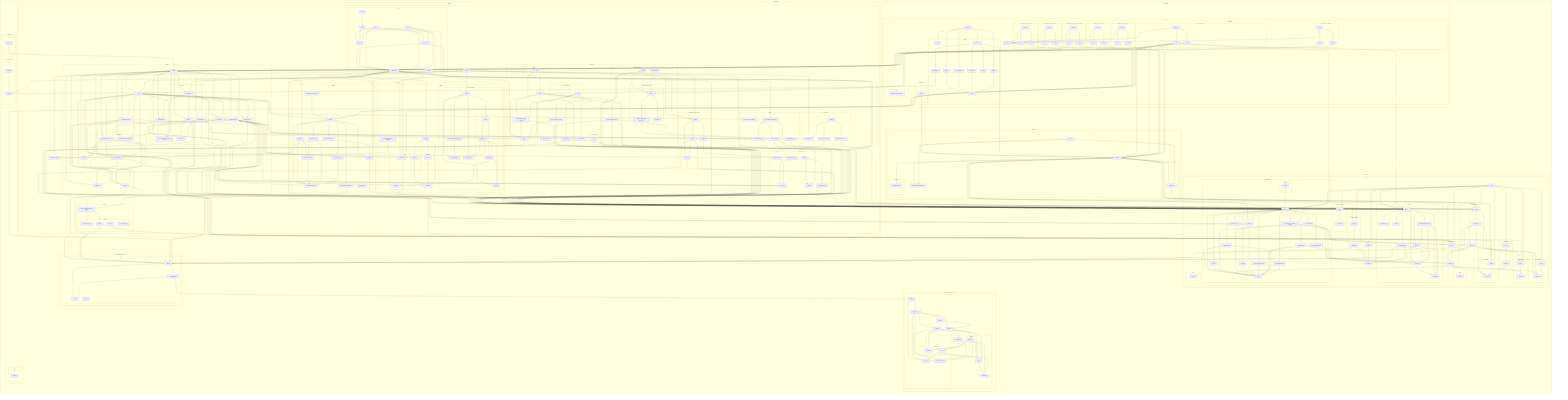
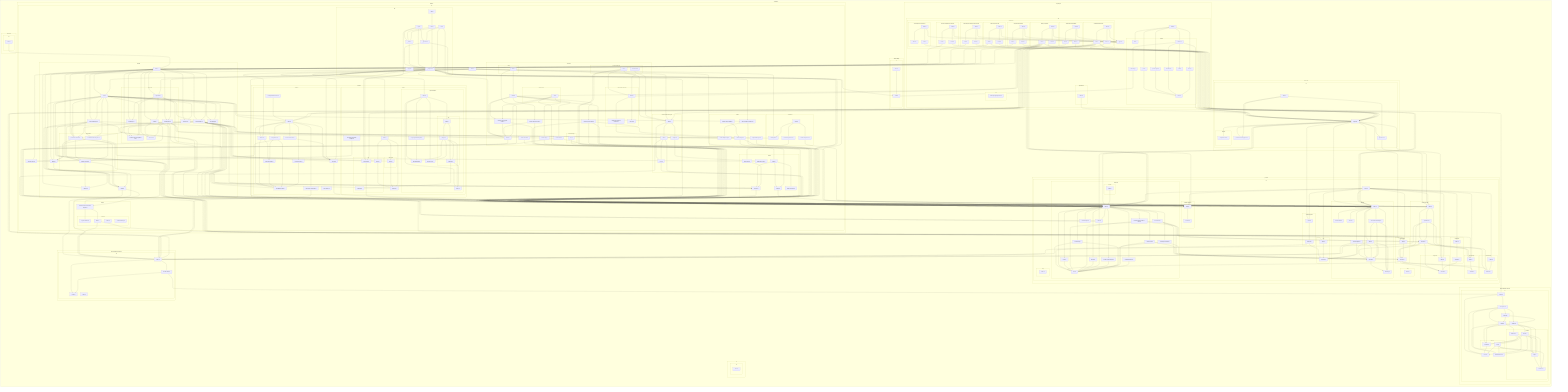
flowchart LR

subgraph 0["packages"]
subgraph 1["cli"]
subgraph 2["src"]
3["index.ts"]
end
end
subgraph 4["client-sdk"]
subgraph 5["src"]
6["firegrid.ts"]
subgraph 7["internal"]
8["projection-wait.ts"]
end
9["operations.ts"]
U["permission-auto-approve.ts"]
26["index.ts"]
end
end
subgraph A["protocol"]
subgraph B["src"]
subgraph C["session-facade"]
D["index.ts"]
H["operations.ts"]
Q["schema.ts"]
end
subgraph E["agent-output"]
F["index.ts"]
G["schema.ts"]
end
subgraph I["agent-tools"]
J["schema.ts"]
V["index.ts"]
end
subgraph K["channels"]
L["core.ts"]
W["index.ts"]
X["event.ts"]
Y["host-control.ts"]
Z["host-sessions-create-or-load.ts"]
10["human.ts"]
11["router.ts"]
12["session-agent-output.ts"]
13["session-log.ts"]
1Q["session-permission.ts"]
1R["session-self.ts"]
1S["state-changes.ts"]
1T["verified-webhook.ts"]
subgraph 47["human"]
48["index.ts"]
end
end
subgraph M["observations"]
N["schema.ts"]
4A["index.ts"]
end
subgraph O["projection"]
P["schema.ts"]
22["index.ts"]
end
subgraph R["launch"]
S["schema.ts"]
T["authority.ts"]
1U["index.ts"]
1V["control-request.ts"]
1Y["host-context-authority.ts"]
1Z["table.ts"]
20["runtime-start.ts"]
21["views.ts"]
end
subgraph 1W["otel"]
1X["row-otel.ts"]
2P["index.ts"]
end
subgraph 23["runtime-ingress"]
24["index.ts"]
25["schema.ts"]
end
subgraph 45["acp"]
46["index.ts"]
end
49["index.ts"]
subgraph 4B["operations"]
4C["index.ts"]
4D["schema.ts"]
end
subgraph 4E["verified-webhook"]
4F["index.ts"]
4G["schema.ts"]
end
subgraph 4H["mcp"]
4I["index.ts"]
end
end
end
subgraph 14["effect-durable-operators"]
subgraph 15["src"]
16["index.ts"]
17["DurableTable.ts"]
18["Errors.ts"]
27["react.ts"]
end
end
subgraph 19["effect-durable-streams"]
subgraph 1A["src"]
1B["index.ts"]
1C["errors.ts"]
1D["namespace.ts"]
1E["Bound.ts"]
1F["Reader.ts"]
subgraph 1G["internal"]
1H["schema.ts"]
1N["sse.ts"]
end
subgraph 1I["protocol"]
1J["Http.ts"]
1K["constants.ts"]
1L["Read.ts"]
1P["Producer.ts"]
end
1M["DurableStream.ts"]
1O["Writer.ts"]
end
end
subgraph 28["host-sdk"]
subgraph 29["src"]
2A["index.ts"]
end
end
subgraph 2B["runtime"]
subgraph 2C["src"]
subgraph 2D["unified"]
2E["index.ts"]
2F["adapter.ts"]
2G["channel-bindings.ts"]
2J["signal.ts"]
subgraph 2Q["subscribers"]
2R["permission-and-tool.ts"]
2T["runtime-context.ts"]
3R["scheduled-webhook-peer.ts"]
end
2S["tables.ts"]
2U["codec-adapter.ts"]
subgraph 37["mcp-host"]
38["runtime-context-mcp-base-url.ts"]
3T["mcp-host.ts"]
3U["toolkit-layer.ts"]
3V["toolkit.ts"]
3W["tool-error.ts"]
3X["tool-dispatch.ts"]
end
39["host-identity.ts"]
3A["host.ts"]
3M["observers.ts"]
end
subgraph 2H["events"]
2I["contract.ts"]
3O["index.ts"]
3P["output.ts"]
3Q["stage-contracts.ts"]
3S["webhook-crypto.ts"]
5K["agent-input.ts"]
end
subgraph 2K["engine"]
2L["durable-streams-workflow-engine.ts"]
subgraph 2M["internal"]
2N["engine-runtime.ts"]
2O["table.ts"]
5I["codec.ts"]
5J["contract-activity.ts"]
end
end
subgraph 2V["sources"]
subgraph 2W["codecs"]
subgraph 2X["acp"]
2Y["index.ts"]
4M["stdio-edge.ts"]
5V["mapping.ts"]
end
2Z["contract.ts"]
subgraph 30["stdio-jsonl"]
31["index.ts"]
end
subgraph 5M["agent-adapters"]
5N["index.ts"]
subgraph 5O["acp"]
5P["index.ts"]
5Q["adapter.ts"]
5U["mapping.ts"]
end
5R["AgentAdapter.ts"]
5S["current-turn.ts"]
5T["errors.ts"]
5W["LanguageModelAdapter.ts"]
end
5X["index.ts"]
5Y["session-byte-stream-adapter.ts"]
end
subgraph 32["sandbox"]
33["SandboxProvider.ts"]
34["secrets.ts"]
3D["index.ts"]
3E["effect-ai.ts"]
3F["internal-provider.ts"]
3G["local-process.ts"]
3H["process-stream.ts"]
3I["runtime-command.ts"]
3K["supervisor-commands.ts"]
5Z["byte-stream.ts"]
60["local-process-from-env.ts"]
end
end
subgraph 35["tables"]
36["codec-adapter-tags.ts"]
3L["codec-adapter-providers.ts"]
3N["runtime-output.ts"]
4X["output-table-layer.ts"]
61["runtime-output-public.ts"]
end
subgraph 3B["channels"]
3C["host-control.ts"]
3Y["router.ts"]
4T["event-channel.ts"]
4U["index.ts"]
4V["session-agent-output-route.ts"]
4W["session-agent-output.ts"]
4Y["session-lifecycle-route.ts"]
4Z["session-log.ts"]
subgraph 50["observation-streams"]
51["index.ts"]
52["runtime-observation-streams.ts"]
53["sources.ts"]
end
subgraph 54["router"]
55["live.ts"]
end
subgraph 56["session-self"]
57["live.ts"]
end
subgraph 58["state-changes"]
59["live.ts"]
end
subgraph 5A["verified-webhook"]
5B["live.ts"]
5H["source-live.ts"]
end
end
3J["runtime-errors.ts"]
subgraph 3Z["transforms"]
40["field-equals.ts"]
62["decode-ingress-row.ts"]
63["decode-output-row.ts"]
64["index.ts"]
end
subgraph 4J["bin"]
4K["_agent-cli.ts"]
4L["_compose.ts"]
4N["_main.ts"]
4O["acp.ts"]
4P["firegrid.ts"]
4Q["host.ts"]
4R["run.ts"]
4S["start.ts"]
end
subgraph 5C["verified-webhook-ingest"]
5D["index.ts"]
5E["adapter.ts"]
5F["keys.ts"]
5G["table.ts"]
end
5L["index.ts"]
end
end
subgraph 41["observability"]
subgraph 42["src"]
43["index.ts"]
44["node.ts"]
end
end
subgraph 65["tiny-firegrid"]
subgraph 66["src"]
subgraph 67["bin"]
68["fake-acp-agent-process.ts"]
end
subgraph 69["experiment"]
6A["index.ts"]
end
6B["index.ts"]
subgraph 6C["runner"]
6D["list.ts"]
6E["perf.ts"]
6F["trace.ts"]
6G["phase1-gate.ts"]
6H["runtime.ts"]
6I["heartbeat.ts"]
6J["side.ts"]
6K["telemetry.ts"]
6L["show.ts"]
end
subgraph 6M["simulations"]
subgraph 6N["channel-completion-contracts"]
6O["driver.ts"]
6P["host.ts"]
6Q["index.ts"]
end
subgraph 6S["child-output-existing-channel-router"]
6T["driver.ts"]
6U["host.ts"]
6V["index.ts"]
end
subgraph 6W["codex-acp-tool-calls"]
6X["driver.ts"]
6Y["host.ts"]
6Z["index.ts"]
end
subgraph 70["comp-derisk-ordering"]
71["driver.ts"]
72["host.ts"]
73["index.ts"]
end
subgraph 74["control-plane-cancel-close"]
75["driver.ts"]
76["host.ts"]
77["index.ts"]
end
subgraph 78["factory-capstone"]
79["driver.ts"]
7A["host.ts"]
7B["index.ts"]
end
subgraph 7C["unified-kernel-validation"]
7D["driver.ts"]
7E["host.ts"]
7F["index.ts"]
+ end
+ subgraph 7G["verified-webhook-wait"]
+ 7H["driver.ts"]
+ 7I["host.ts"]
+ 7J["index.ts"]
end
end
6R["types.ts"]
end
end
end
6-->8
6-->9
6-->U
6-->V
6-->W
6-->11
6-->1U
6-->22
6-->24
6-->D
9-->D
D-->F
D-->H
D-->Q
F-->G
H-->J
H-->L
H-->N
H-->Q
J-->G
J-->L
J-->N
J-->P
Q-->F
Q-->J
Q-->S
Q-->N
Q-->P
S-->T
V-->J
W-->L
W-->X
W-->Y
W-->Z
W-->10
W-->11
W-->12
W-->13
W-->1Q
W-->1R
W-->1S
W-->1T
X-->L
Y-->J
Y-->S
Y-->Q
Y-->L
Z-->Q
Z-->L
10-->L
11-->L
12-->L
13-->L
13-->16
16-->17
16-->18
17-->18
17-->1B
1B-->1C
1B-->1D
1D-->1E
1D-->1M
1D-->1C
1D-->1F
1D-->1O
1E-->1F
1E-->1O
1F-->1H
1F-->1J
1F-->1L
1H-->1C
1J-->1K
1L-->1M
1L-->1H
1L-->1N
1L-->1K
1L-->1J
1N-->1M
1N-->1C
1N-->1K
1N-->1J
1O-->1C
1O-->1H
1O-->1J
1O-->1P
1P-->1C
1P-->1H
1P-->1J
1Q-->J
1Q-->L
1R-->S
1R-->L
1T-->L
1U-->T
1U-->1V
1U-->1Y
1U-->20
1U-->S
1U-->1Z
1U-->21
1V-->1X
1V-->S
1V-->16
1Y-->T
1Y-->S
1Y-->1Z
1Z-->1X
1Z-->T
1Z-->S
1Z-->16
22-->P
24-->25
25-->1X
25-->16
26-->6
26-->9
26-->U
2A-->2E
2E-->2F
2E-->2G
2E-->2U
2E-->39
2E-->3A
2E-->3T
2E-->38
2E-->3X
2E-->3W
2E-->3U
2E-->3V
2E-->3M
2E-->2J
2E-->2R
2E-->2T
2E-->3R
2E-->2S
2G-->2I
2G-->2J
2G-->2R
2G-->2T
2G-->V
2G-->W
2I-->F
2J-->2L
2J-->16
2L-->2N
2L-->2O
2O-->2P
2O-->16
2P-->1X
2R-->2I
2R-->2J
2R-->2S
2R-->2T
2S-->16
2T-->2F
2T-->2J
2U-->2I
2U-->2Y
2U-->2Z
2U-->31
2U-->33
2U-->34
2U-->36
2U-->2F
2U-->38
2U-->1U
2U-->D
2Y-->2Z
31-->2Z
34-->1U
39-->1U
3A-->3C
3A-->2L
3A-->3D
3A-->3L
3A-->2G
3A-->2U
3A-->39
3A-->38
3A-->3M
3A-->2J
3A-->2R
3A-->2T
3A-->3R
3A-->2S
3A-->1U
3C-->W
3C-->1U
3D-->3E
3D-->3G
3D-->3H
3D-->3I
3D-->33
3D-->34
3D-->3K
3E-->3F
3E-->33
3F-->33
3G-->3F
3G-->33
3H-->33
3I-->3J
3I-->34
3K-->16
3L-->36
3L-->1U
3M-->3N
3M-->2R
3N-->3O
3N-->1U
3O-->2I
3O-->3P
3O-->3Q
3P-->D
3R-->3S
3R-->2S
3T-->2U
3T-->38
3T-->3U
3T-->3V
3T-->1U
3V-->3W
3V-->V
3V-->22
3X-->3Y
3X-->40
3X-->2R
3X-->3W
3X-->V
3X-->W
3Y-->11
43-->44
48-->W
49-->F
49-->V
49-->W
49-->1U
49-->4A
49-->4C
49-->2P
49-->22
49-->24
49-->D
49-->4F
4A-->N
4C-->4D
4D-->P
4F-->4G
4K-->4L
4K-->1U
4L-->3Y
4L-->4M
4L-->34
4L-->3L
4L-->3A
4L-->3T
4L-->3X
4L-->44
4L-->W
4L-->1U
4L-->D
4M-->W
4N-->4L
4O-->4M
4O-->4K
4O-->4L
4O-->4N
4Q-->4L
4Q-->4N
4R-->4K
4R-->4L
4R-->4N
4R-->W
4S-->4Q
4T-->W
4U-->3C
4U-->3Y
4U-->4V
4U-->4W
4U-->4Y
4U-->4Z
4V-->3Y
4V-->W
4W-->4X
4W-->W
4W-->1U
4W-->D
4X-->1U
4Y-->3Y
4Y-->W
4Z-->W
51-->52
51-->53
52-->3N
55-->4U
55-->11
57-->3Y
57-->4V
57-->W
57-->1U
59-->W
5B-->5D
5B-->51
5B-->W
5B-->4F
5D-->5E
5D-->5F
5D-->5G
5E-->3S
5F-->4F
5G-->5F
5G-->4F
5G-->16
5H-->5D
5K-->2I
5L-->51
5L-->3P
5L-->3J
5L-->5N
5L-->5X
5L-->3E
5L-->34
5L-->40
5L-->5D
5N-->5P
5N-->5R
5N-->5S
5N-->5T
5N-->5W
5P-->5Q
5P-->5U
5Q-->5R
5Q-->5S
5Q-->5T
5Q-->5U
5U-->5V
5U-->5T
5W-->5R
5X-->2Y
5X-->2Z
5X-->31
5Y-->3J
60-->3D
61-->3N
62-->5K
63-->D
64-->62
64-->63
64-->40
6A-->6
6B-->6D
6B-->6E
6B-->6G
6B-->6H
6B-->6L
6E-->6F
6G-->6F
6H-->6I
6H-->6J
6H-->6K
6H-->6
6I-->6F
6K-->44
6L-->6F
6O-->6
6P-->2E
6Q-->6R
6Q-->6O
6Q-->6P
6T-->6
6U-->2E
6V-->6R
6V-->6T
6V-->6U
6X-->6
6Y-->3D
6Y-->2E
6Z-->6R
6Z-->6X
6Z-->6Y
71-->6
72-->2E
73-->6R
73-->71
73-->72
76-->2E
77-->6R
77-->75
77-->76
79-->6
7A-->W
7A-->1U
7A-->4U
7A-->4M
7A-->3D
7A-->51
7A-->2E
7A-->16
7B-->6R
7B-->79
7B-->7A
7D-->6
7E-->2E
7F-->6R
7F-->7D
7F-->7E
+ 7H-->6
+ 7I-->W
+ 7I-->1U
+ 7I-->4F
+ 7I-->2E
+ 7I-->5D
+ 7I-->16
+ 7I-->1B
+ 7J-->6R
+ 7J-->7H
+ 7J-->7I
